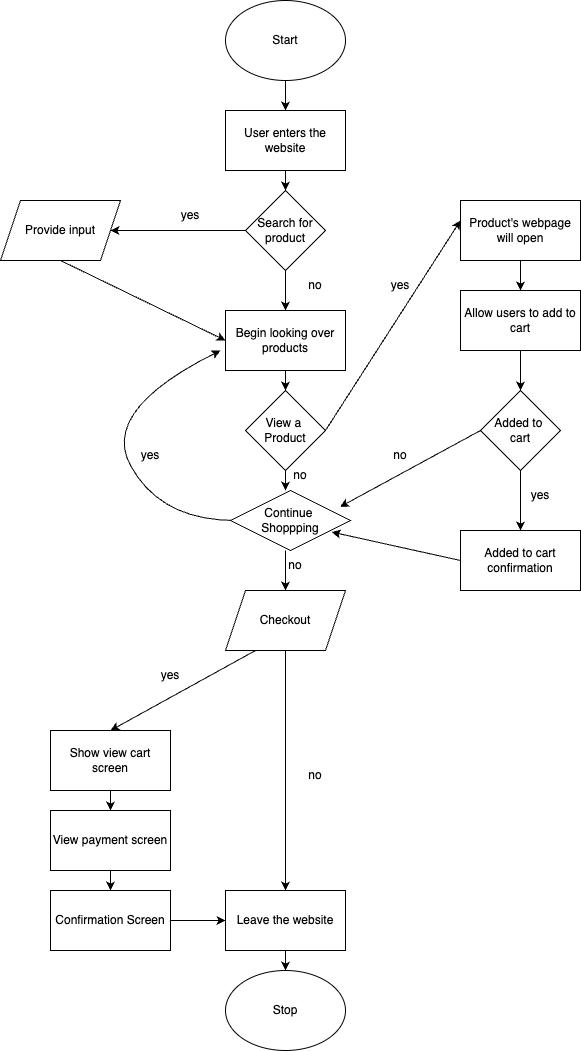
Earlier version of the draw.io export explore/diagramming/diagram.drawio.png (Arnav710/sp24-cse110-lab4). Source tidied: cells renumbered, new cells last; positions are measured from the earlier drawing's top-left corner, leaving out a move shared by most shapes.
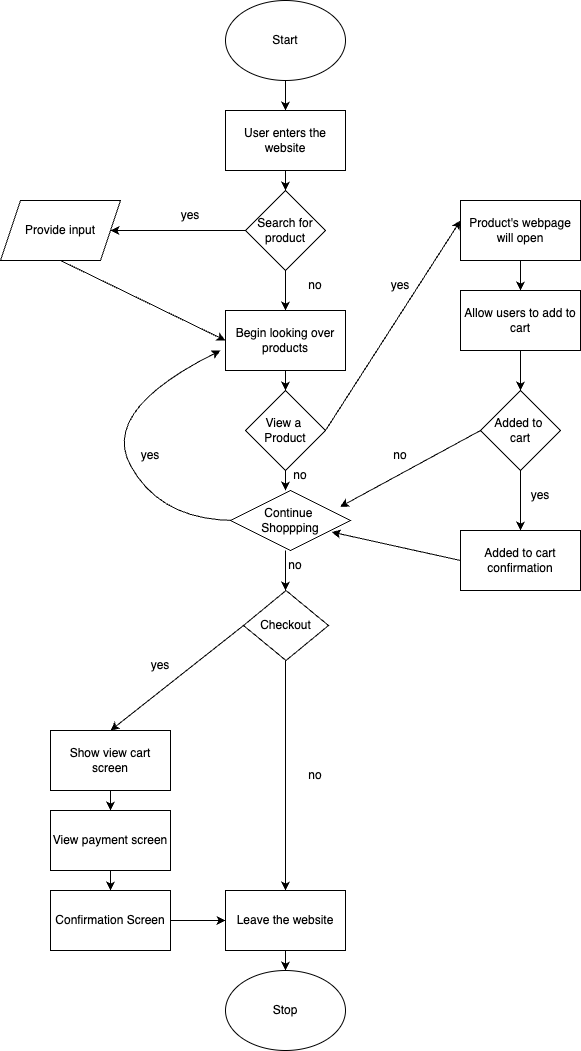
Above is the later version.

The edit, as a diff of the source:
```diff
@@ -43,12 +43,10 @@
     <mxCell id="14" value="no" style="text;html=1;strokeColor=none;fillColor=none;align=center;verticalAlign=middle;whiteSpace=wrap;rounded=0;" parent="1" vertex="1">
       <mxGeometry x="265" y="550" width="60" height="30" as="geometry" />
     </mxCell>
-    <mxCell id="15" value="Checkout" style="shape=parallelogram;perimeter=parallelogramPerimeter;whiteSpace=wrap;html=1;fixedSize=1;" parent="1" vertex="1">
-      <mxGeometry x="225" y="590" width="120" height="60" as="geometry" />
-    </mxCell>
-    <mxCell id="16" style="endArrow=classic;html=1;exitX=0.5;exitY=1;exitDx=0;exitDy=0;entryX=0.5;entryY=0;entryDx=0;entryDy=0;" parent="1" edge="1" target="15">
+    <mxCell id="16" style="endArrow=classic;html=1;exitX=0.5;exitY=1;exitDx=0;exitDy=0;entryX=0.5;entryY=0;entryDx=0;entryDy=0;" parent="1" edge="1">
       <mxGeometry relative="1" as="geometry">
         <mxPoint x="285" y="550" as="sourcePoint" />
+        <mxPoint x="285" y="590" as="targetPoint" />
       </mxGeometry>
     </mxCell>
     <mxCell id="17" value="no" style="text;html=1;strokeColor=none;fillColor=none;align=center;verticalAlign=middle;whiteSpace=wrap;rounded=0;" parent="1" vertex="1">
@@ -67,7 +65,7 @@
       <mxGeometry x="50" y="730" width="120" height="60" as="geometry" />
     </mxCell>
     <mxCell id="22" value="yes" style="text;html=1;strokeColor=none;fillColor=none;align=center;verticalAlign=middle;whiteSpace=wrap;rounded=0;" parent="1" vertex="1">
-      <mxGeometry x="140" y="660" width="60" height="30" as="geometry" />
+      <mxGeometry x="130" y="650" width="60" height="30" as="geometry" />
     </mxCell>
     <mxCell id="23" value="View payment screen" style="rounded=0;whiteSpace=wrap;html=1;" parent="1" vertex="1">
       <mxGeometry x="50" y="810" width="120" height="60" as="geometry" />
@@ -81,11 +79,13 @@
     <mxCell id="26" style="endArrow=classic;html=1;exitX=0.5;exitY=1;exitDx=0;exitDy=0;entryX=0.5;entryY=0;entryDx=0;entryDy=0;" parent="1" edge="1" source="23" target="25">
       <mxGeometry relative="1" as="geometry" />
     </mxCell>
-    <mxCell id="27" style="endArrow=classic;html=1;exitX=0.25;exitY=1;exitDx=0;exitDy=0;entryX=0.5;entryY=0;entryDx=0;entryDy=0;" parent="1" edge="1" source="15" target="21">
+    <mxCell id="27" style="endArrow=classic;html=1;exitX=0;exitY=0.5;exitDx=0;exitDy=0;entryX=0.5;entryY=0;entryDx=0;entryDy=0;" parent="1" edge="1" source="15" target="21">
       <mxGeometry relative="1" as="geometry" />
     </mxCell>
-    <mxCell id="28" style="endArrow=classic;html=1;exitX=0.5;exitY=1;exitDx=0;exitDy=0;entryX=0.5;entryY=0;entryDx=0;entryDy=0;" parent="1" edge="1" source="15" target="18">
-      <mxGeometry relative="1" as="geometry" />
+    <mxCell id="28" style="endArrow=classic;html=1;exitX=0.5;exitY=1;exitDx=0;exitDy=0;entryX=0.5;entryY=0;entryDx=0;entryDy=0;" parent="1" edge="1" target="18">
+      <mxGeometry relative="1" as="geometry">
+        <mxPoint x="285" y="650" as="sourcePoint" />
+      </mxGeometry>
     </mxCell>
     <mxCell id="29" style="endArrow=classic;html=1;exitX=1;exitY=0.5;exitDx=0;exitDy=0;entryX=0;entryY=0.5;entryDx=0;entryDy=0;" parent="1" edge="1" source="25" target="18">
       <mxGeometry relative="1" as="geometry" />
@@ -165,5 +165,8 @@
     <mxCell id="49" value="Continue&amp;nbsp;&lt;br&gt;Shoppping" style="rhombus;whiteSpace=wrap;html=1;" parent="1" vertex="1">
       <mxGeometry x="230" y="490" width="120" height="60" as="geometry" />
     </mxCell>
+    <mxCell id="15" value="Checkout" style="rhombus;whiteSpace=wrap;html=1;" parent="1" vertex="1">
+      <mxGeometry x="243" y="590" width="85" height="70" as="geometry" />
+    </mxCell>
   </root>
 </mxGraphModel>
```
